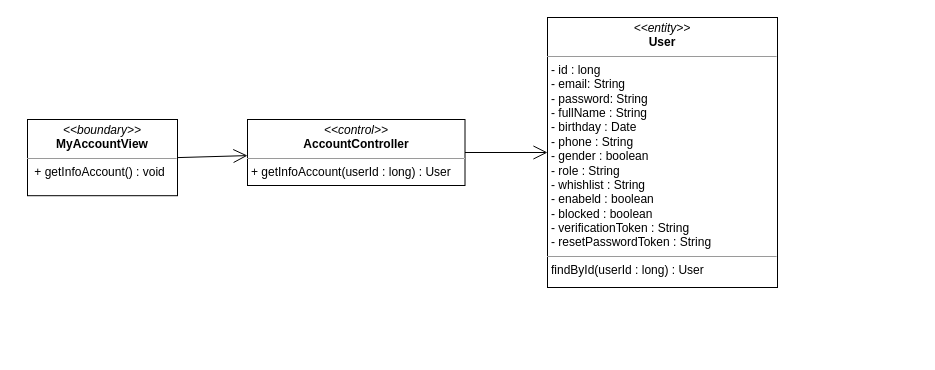
Earlier version of the draw.io diagram class diagram/get-InfoAccount-class-diagram.drawio (nguyenphamvan/datn_20202). Source tidied: cells renumbered, new cells numbered last; positions are measured from the earlier drawing's top-left corner, leaving out a move shared by most shapes. Both pictures are drawn from the tidied source at 100%, with x=0, y=0 at pixel (27, 17).
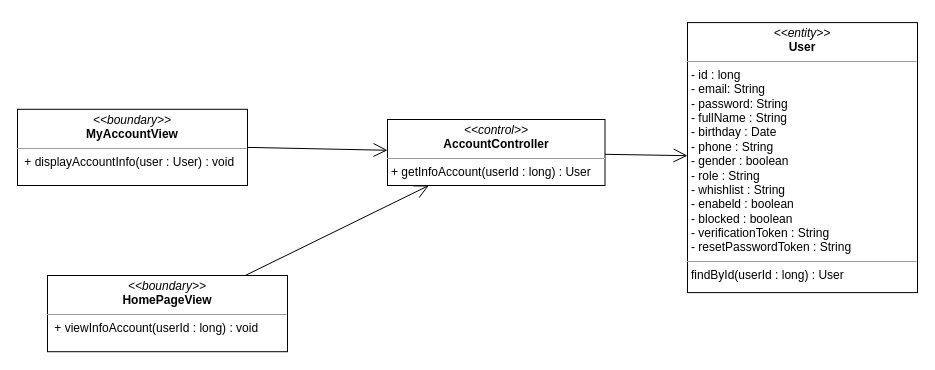
Above is the later version.

Change to the diagram source:
```diff
@@
 <mxGraphModel>
   <root>
     <mxCell id="0" />
     <mxCell id="1" parent="0" />
-    <mxCell id="2" value="&lt;p style=&quot;margin: 0px ; margin-top: 4px ; text-align: center&quot;&gt;&lt;i&gt;&amp;lt;&amp;lt;boundary&amp;gt;&amp;gt;&lt;/i&gt;&lt;br&gt;&lt;b&gt;MyAccountView&lt;/b&gt;&lt;/p&gt;&lt;hr size=&quot;1&quot;&gt;&lt;p style=&quot;margin: 0px ; margin-left: 4px&quot;&gt;&lt;span&gt;&amp;nbsp;&lt;/span&gt;&lt;span&gt;+ getInfoAccount() : void&lt;/span&gt;&lt;/p&gt;" style="verticalAlign=top;align=left;overflow=fill;fontSize=12;fontFamily=Helvetica;html=1;" parent="1" vertex="1">
-      <mxGeometry y="102" width="150" height="76.2" as="geometry" />
+    <mxCell id="2" value="&lt;p style=&quot;margin: 0px ; margin-top: 4px ; text-align: center&quot;&gt;&lt;i&gt;&amp;lt;&amp;lt;boundary&amp;gt;&amp;gt;&lt;/i&gt;&lt;br&gt;&lt;b&gt;MyAccountView&lt;/b&gt;&lt;/p&gt;&lt;hr size=&quot;1&quot;&gt;&lt;p style=&quot;margin: 0px ; margin-left: 4px&quot;&gt;&lt;span&gt;&amp;nbsp;&lt;/span&gt;&lt;span&gt;+ displayAccountInfo(user : User) : void&lt;/span&gt;&lt;/p&gt;" style="verticalAlign=top;align=left;overflow=fill;fontSize=12;fontFamily=Helvetica;html=1;" parent="1" vertex="1">
+      <mxGeometry x="-10" y="91.8" width="230" height="76.2" as="geometry" />
     </mxCell>
     <mxCell id="3" value="&lt;p style=&quot;margin: 0px ; margin-top: 4px ; text-align: center&quot;&gt;&lt;i&gt;&amp;lt;&amp;lt;entity&amp;gt;&amp;gt;&lt;/i&gt;&lt;br&gt;&lt;b&gt;User&lt;/b&gt;&lt;/p&gt;&lt;hr size=&quot;1&quot;&gt;&lt;p style=&quot;margin: 0px ; margin-left: 4px&quot;&gt;- id : long&lt;/p&gt;&lt;p style=&quot;margin: 0px ; margin-left: 4px&quot;&gt;- email: String&lt;br&gt;- password: String&lt;/p&gt;&lt;p style=&quot;margin: 0px ; margin-left: 4px&quot;&gt;- fullName : String&lt;/p&gt;&lt;p style=&quot;margin: 0px ; margin-left: 4px&quot;&gt;- birthday : Date&lt;/p&gt;&lt;p style=&quot;margin: 0px ; margin-left: 4px&quot;&gt;- phone : String&lt;/p&gt;&lt;p style=&quot;margin: 0px ; margin-left: 4px&quot;&gt;- gender : boolean&lt;/p&gt;&lt;p style=&quot;margin: 0px ; margin-left: 4px&quot;&gt;- role : String&lt;/p&gt;&lt;p style=&quot;margin: 0px ; margin-left: 4px&quot;&gt;- whishlist : String&lt;/p&gt;&lt;p style=&quot;margin: 0px ; margin-left: 4px&quot;&gt;- enabeld : boolean&lt;/p&gt;&lt;p style=&quot;margin: 0px ; margin-left: 4px&quot;&gt;- blocked : boolean&lt;/p&gt;&lt;p style=&quot;margin: 0px ; margin-left: 4px&quot;&gt;- verificationToken : String&lt;/p&gt;&lt;p style=&quot;margin: 0px ; margin-left: 4px&quot;&gt;- resetPasswordToken : String&lt;/p&gt;&lt;hr size=&quot;1&quot;&gt;&lt;p style=&quot;margin: 0px ; margin-left: 4px&quot;&gt;findById(userId : long) : User&lt;/p&gt;" style="verticalAlign=top;align=left;overflow=fill;fontSize=12;fontFamily=Helvetica;html=1;" parent="1" vertex="1">
-      <mxGeometry x="520" width="230" height="270" as="geometry" />
+      <mxGeometry x="660" y="5.1" width="230" height="270" as="geometry" />
     </mxCell>
     <mxCell id="4" value="&lt;p style=&quot;margin: 0px ; margin-top: 4px ; text-align: center&quot;&gt;&lt;i&gt;&amp;lt;&amp;lt;control&amp;gt;&amp;gt;&lt;/i&gt;&lt;br&gt;&lt;b&gt;AccountController&lt;/b&gt;&lt;br&gt;&lt;/p&gt;&lt;hr size=&quot;1&quot;&gt;&lt;p style=&quot;margin: 0px ; margin-left: 4px&quot;&gt;&lt;span&gt;+ getInfoAccount(userId : long) : User&lt;/span&gt;&lt;br&gt;&lt;/p&gt;" style="verticalAlign=top;align=left;overflow=fill;fontSize=12;fontFamily=Helvetica;html=1;" parent="1" vertex="1">
-      <mxGeometry x="220" y="102" width="217.5" height="66" as="geometry" />
+      <mxGeometry x="360" y="102" width="217.5" height="66" as="geometry" />
     </mxCell>
     <mxCell id="5" style="endArrow=open;endFill=1;endSize=12;html=1;exitX=1;exitY=0.5;exitDx=0;exitDy=0;" parent="1" edge="1" source="2" target="4">
       <mxGeometry relative="1" as="geometry" />
     </mxCell>
     <mxCell id="6" style="endArrow=open;endFill=1;endSize=12;html=1;" parent="1" edge="1" source="4" target="3">
       <mxGeometry relative="1" as="geometry" />
     </mxCell>
+    <mxCell id="7" value="&lt;p style=&quot;margin: 0px ; margin-top: 4px ; text-align: center&quot;&gt;&lt;i&gt;&amp;lt;&amp;lt;boundary&amp;gt;&amp;gt;&lt;/i&gt;&lt;br&gt;&lt;b&gt;HomePageView&lt;/b&gt;&lt;/p&gt;&lt;hr size=&quot;1&quot;&gt;&lt;p style=&quot;margin: 0px ; margin-left: 4px&quot;&gt;&lt;span&gt;&amp;nbsp;&lt;/span&gt;&lt;span&gt;+ viewInfoAccount(userId : long) : void&lt;/span&gt;&lt;/p&gt;" style="verticalAlign=top;align=left;overflow=fill;fontSize=12;fontFamily=Helvetica;html=1;" parent="1" vertex="1">
+      <mxGeometry x="20" y="258" width="240" height="76.2" as="geometry" />
+    </mxCell>
+    <mxCell id="8" style="endArrow=open;endFill=1;endSize=12;html=1;" parent="1" edge="1" source="7" target="4">
+      <mxGeometry relative="1" as="geometry" />
+    </mxCell>
   </root>
 </mxGraphModel>
```
